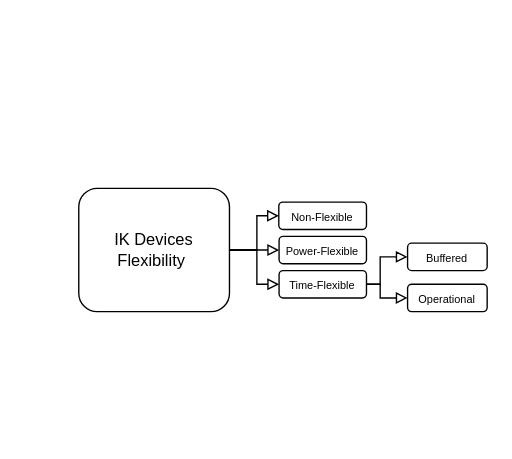
Above: Flex_Class_IK.drawio in luistmartins/thesis_ik (draw.io), before the change. Source tidied: cells renumbered, new cells numbered last; positions are measured from the earlier drawing's top-left corner, leaving out a move shared by most shapes. Both pictures are drawn from the tidied source at 137%, with x=0, y=0 at pixel (78, 188).
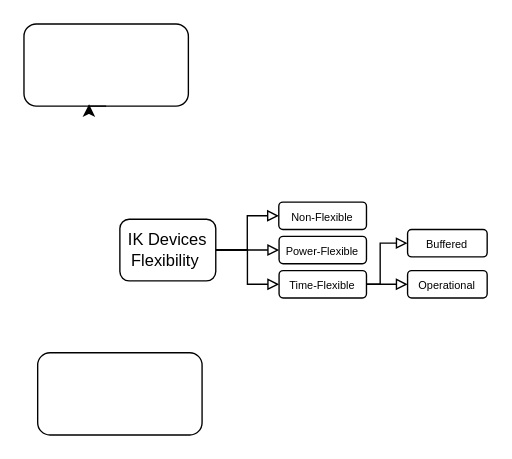
After the change.

Change to the diagram source:
```diff
@@
 <mxGraphModel>
   <root>
     <mxCell id="0" />
     <mxCell id="1" parent="0" />
     <mxCell id="2" style="edgeStyle=orthogonalEdgeStyle;rounded=0;jettySize=auto;html=1;endArrow=block;endFill=0;" parent="1" edge="1" source="5" target="7">
       <mxGeometry relative="1" as="geometry" />
     </mxCell>
     <mxCell id="3" style="edgeStyle=orthogonalEdgeStyle;rounded=0;jettySize=auto;html=1;exitX=1;exitY=0.5;exitDx=0;exitDy=0;entryX=0;entryY=0.5;entryDx=0;entryDy=0;endArrow=block;endFill=0;" parent="1" edge="1" source="5" target="6">
       <mxGeometry relative="1" as="geometry" />
     </mxCell>
     <mxCell id="4" style="edgeStyle=orthogonalEdgeStyle;rounded=0;jettySize=auto;html=1;endArrow=block;endFill=0;" parent="1" edge="1" source="5" target="10">
       <mxGeometry relative="1" as="geometry" />
     </mxCell>
     <mxCell id="5" value="IK Devices Flexibility&amp;nbsp;" style="rounded=1;whiteSpace=wrap;html=1;" parent="1" vertex="1">
-      <mxGeometry width="110" height="90" as="geometry" />
+      <mxGeometry x="30" y="22.5" width="70" height="45" as="geometry" />
     </mxCell>
     <mxCell id="6" value="&lt;font style=&quot;font-size: 8px;&quot;&gt;Power-Flexible&lt;/font&gt;" style="rounded=1;whiteSpace=wrap;html=1;" parent="1" vertex="1">
       <mxGeometry x="146.2" y="35" width="63.8" height="20" as="geometry" />
     </mxCell>
     <mxCell id="7" value="&lt;font style=&quot;font-size: 8px;&quot;&gt;Non-Flexible&lt;/font&gt;" style="rounded=1;whiteSpace=wrap;html=1;" parent="1" vertex="1">
       <mxGeometry x="146" y="10" width="64" height="20" as="geometry" />
     </mxCell>
-    <mxCell id="8" style="edgeStyle=orthogonalEdgeStyle;rounded=0;jettySize=auto;html=1;endArrow=block;endFill=0;" parent="1" edge="1" source="10" target="11">
+    <mxCell id="8" style="edgeStyle=orthogonalEdgeStyle;rounded=0;jettySize=auto;html=1;endArrow=block;endFill=0;entryX=0;entryY=0.5;entryDx=0;entryDy=0;exitX=1;exitY=0.5;exitDx=0;exitDy=0;" parent="1" edge="1" source="10" target="11">
       <mxGeometry relative="1" as="geometry">
         <Array as="points">
           <mxPoint x="220" y="70" />
-          <mxPoint x="220" y="50" />
+          <mxPoint x="220" y="40" />
         </Array>
       </mxGeometry>
     </mxCell>
     <mxCell id="9" style="edgeStyle=orthogonalEdgeStyle;rounded=0;jettySize=auto;html=1;endArrow=block;endFill=0;entryX=0;entryY=0.5;entryDx=0;entryDy=0;" parent="1" edge="1" target="12">
       <mxGeometry relative="1" as="geometry">
         <mxPoint x="206" y="70" as="sourcePoint" />
         <Array as="points">
-          <mxPoint x="220" y="70" />
-          <mxPoint x="220" y="80" />
+          <mxPoint x="240" y="70" />
         </Array>
       </mxGeometry>
     </mxCell>
     <mxCell id="10" value="&lt;font style=&quot;font-size: 8px;&quot;&gt;Time-Flexible&lt;/font&gt;" style="rounded=1;whiteSpace=wrap;html=1;" parent="1" vertex="1">
       <mxGeometry x="146.2" y="60" width="63.8" height="20" as="geometry" />
     </mxCell>
     <mxCell id="11" value="&lt;font style=&quot;font-size: 8px;&quot;&gt;Buffered&lt;/font&gt;" style="whiteSpace=wrap;html=1;rounded=1;" parent="1" vertex="1">
-      <mxGeometry x="240" y="40" width="58.1" height="20" as="geometry" />
+      <mxGeometry x="240" y="30" width="58.1" height="20" as="geometry" />
     </mxCell>
     <mxCell id="12" value="&lt;font style=&quot;font-size: 8px;&quot;&gt;Operational&lt;/font&gt;" style="rounded=1;whiteSpace=wrap;html=1;" parent="1" vertex="1">
-      <mxGeometry x="240" y="70" width="58.1" height="20" as="geometry" />
+      <mxGeometry x="240" y="60" width="58.1" height="20" as="geometry" />
     </mxCell>
+    <mxCell id="13" style="rounded=1;whiteSpace=wrap;html=1;" parent="1" vertex="1">
+      <mxGeometry x="-40" y="-120" width="120" height="60" as="geometry" />
+    </mxCell>
+    <mxCell id="14" style="rounded=1;whiteSpace=wrap;html=1;" parent="1" vertex="1">
+      <mxGeometry x="-30" y="120" width="120" height="60" as="geometry" />
+    </mxCell>
+    <mxCell id="15" style="edgeStyle=orthogonalEdgeStyle;rounded=0;orthogonalLoop=1;jettySize=auto;html=1;exitX=0.5;exitY=1;exitDx=0;exitDy=0;entryX=0.396;entryY=0.978;entryDx=0;entryDy=0;entryPerimeter=0;" parent="1" edge="1" source="13" target="13">
+      <mxGeometry relative="1" as="geometry" />
+    </mxCell>
   </root>
 </mxGraphModel>
```
